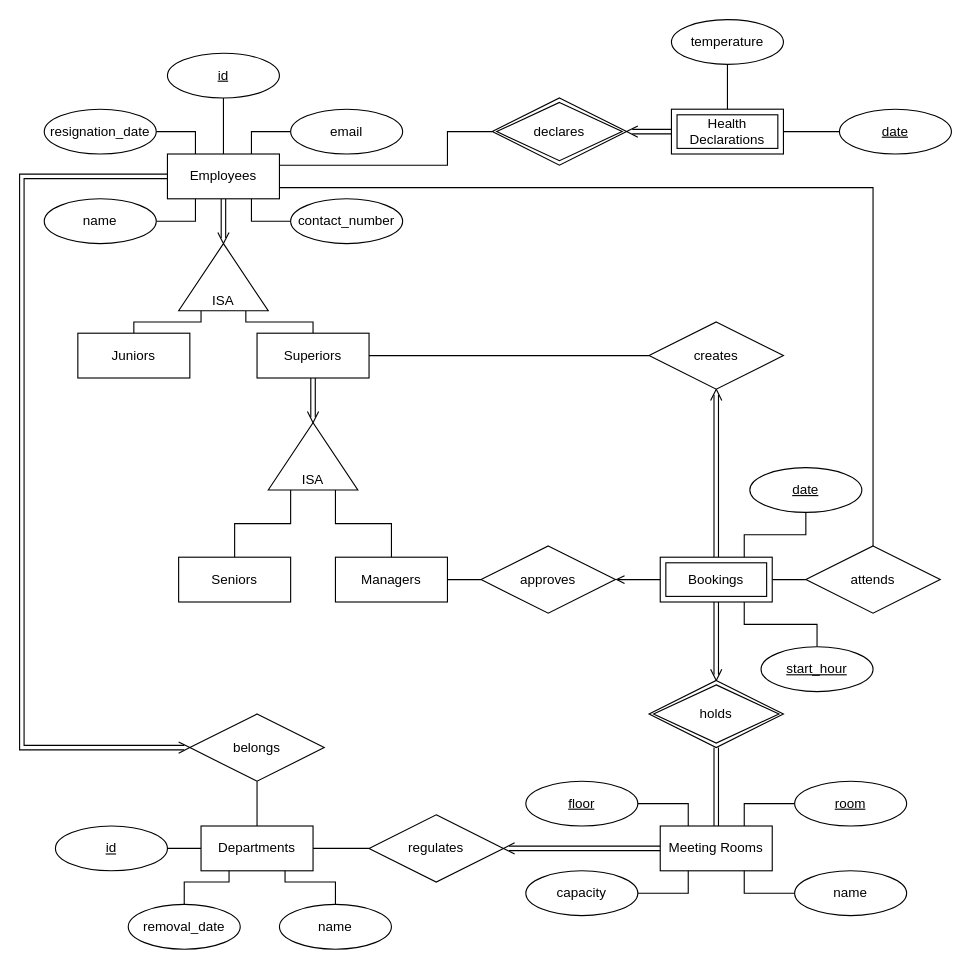
Before: ER Diagram.drawio in dextertanyj/CS2102-Database-Systems, a draw.io diagram. Source tidied: cells renumbered, new cells numbered last; positions are measured from the earlier drawing's top-left corner, leaving out a move shared by most shapes. Both pictures are drawn from the tidied source at 112%, with x=0, y=0 at pixel (21, 19).
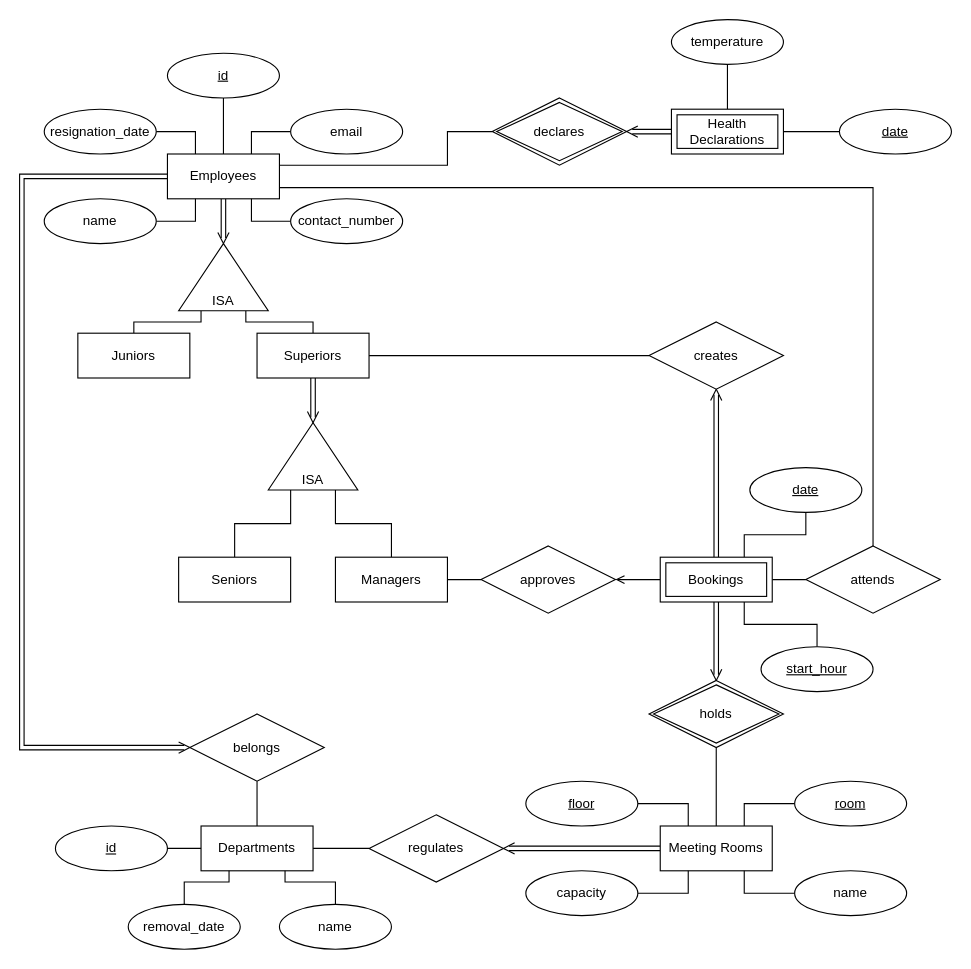
Above is the later version.

Commit message (it also covers changes not shown here):
Use single arrow for rooms and bookings

The change refers to these unchanged cells:
```xml
<mxCell id="7" value="Meeting Rooms" style="whiteSpace=wrap;html=1;align=center;" parent="1" vertex="1">
  <mxGeometry x="570" y="720" width="100" height="40" as="geometry" />
</mxCell>
<mxCell id="64" value="holds" style="shape=rhombus;double=1;perimeter=rhombusPerimeter;whiteSpace=wrap;html=1;align=center;fillColor=#FFFFFF;" parent="1" vertex="1">
  <mxGeometry x="560" y="590" width="120" height="60" as="geometry" />
</mxCell>
```

The edit, as a diff of the source:
```diff
@@
-    <mxCell id="63" style="edgeStyle=orthogonalEdgeStyle;shape=link;rounded=0;jettySize=auto;html=1;entryX=0.5;entryY=0;entryDx=0;entryDy=0;endArrow=none;endFill=0;" parent="1" edge="1" source="64" target="7">
-      <mxGeometry relative="1" as="geometry" />
-    </mxCell>
@@
+    <mxCell id="93" style="endArrow=none;html=1;entryX=0.5;entryY=1;entryDx=0;entryDy=0;exitX=0.5;exitY=0;exitDx=0;exitDy=0;" parent="1" edge="1" source="7" target="64">
+      <mxGeometry relative="1" as="geometry" />
+    </mxCell>
```
